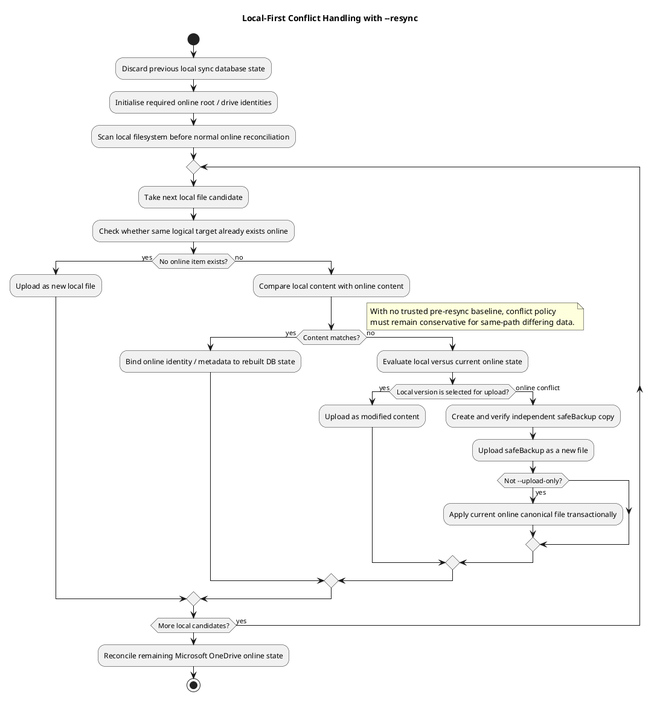
This is docs/puml/conflict_handling_local-first_resync.png from abraunegg/onedrive, a PlantUML export, as it was before one commit.
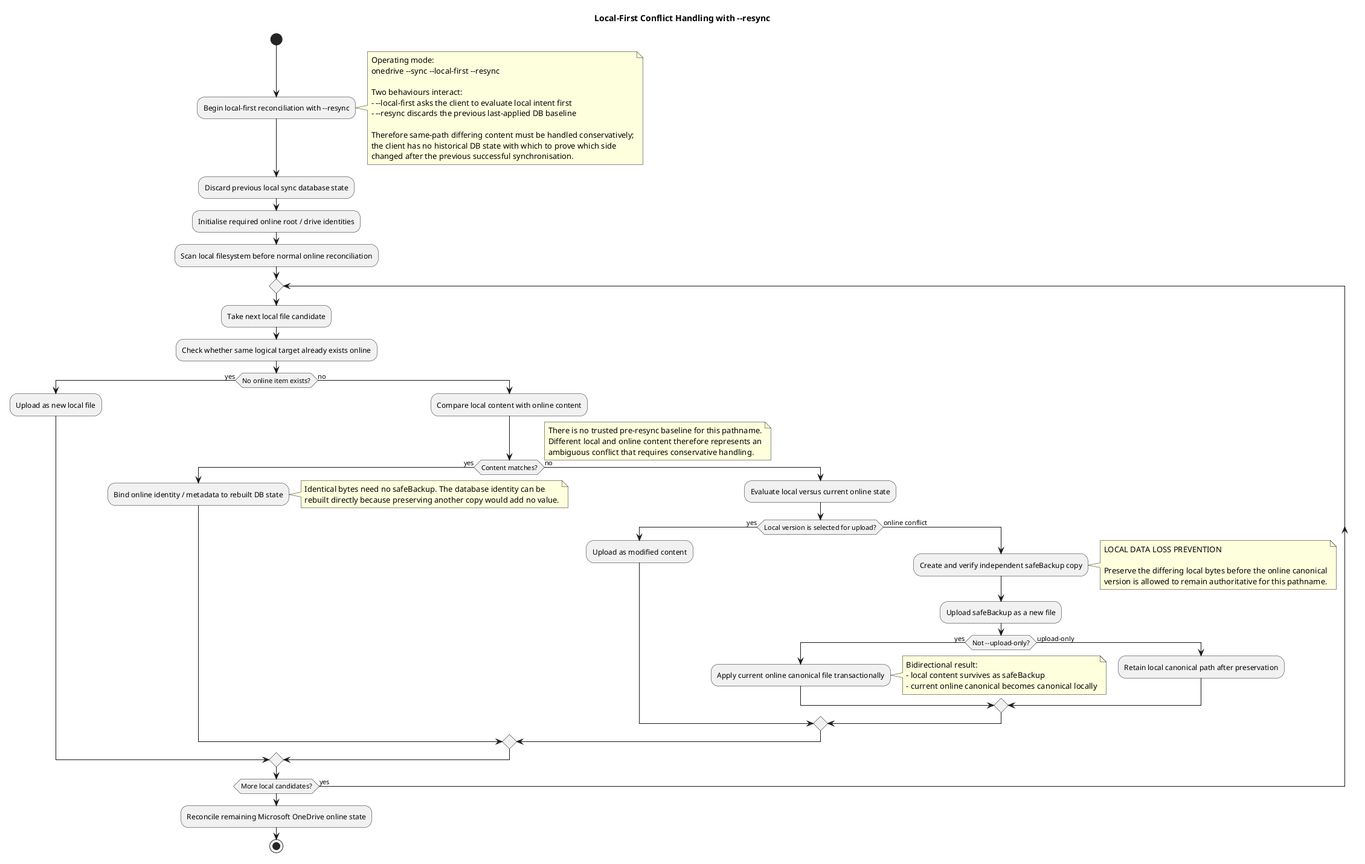
Above is the later version.

Change to the diagram source:
```diff
@@ -1,6 +1,20 @@
 @startuml
 title Local-First Conflict Handling with ~--resync
 start
+
+:Begin local-first reconciliation with ~--resync;
+note right
+  Operating mode:
+  onedrive ~--sync ~--local-first ~--resync
+
+  Two behaviours interact:
+  - ~--local-first asks the client to evaluate local intent first
+  - ~--resync discards the previous last-applied DB baseline
+
+  Therefore same-path differing content must be handled conservatively;
+  the client has no historical DB state with which to prove which side
+  changed after the previous successful synchronisation.
+end note
 
 :Discard previous local sync database state;
 :Initialise required online root / drive identities;
@@ -15,19 +29,37 @@
     :Compare local content with online content;
     if (Content matches?) then (yes)
       :Bind online identity / metadata to rebuilt DB state;
+      note right
+        Identical bytes need no safeBackup. The database identity can be
+        rebuilt directly because preserving another copy would add no value.
+      end note
     else (no)
       note right
-        With no trusted pre-resync baseline, conflict policy
-        must remain conservative for same-path differing data.
+        There is no trusted pre-resync baseline for this pathname.
+        Different local and online content therefore represents an
+        ambiguous conflict that requires conservative handling.
       end note
       :Evaluate local versus current online state;
       if (Local version is selected for upload?) then (yes)
         :Upload as modified content;
       else (online conflict)
         :Create and verify independent safeBackup copy;
+        note right
+          LOCAL DATA LOSS PREVENTION
+
+          Preserve the differing local bytes before the online canonical
+          version is allowed to remain authoritative for this pathname.
+        end note
         :Upload safeBackup as a new file;
         if (Not ~--upload-only?) then (yes)
           :Apply current online canonical file transactionally;
+          note right
+            Bidirectional result:
+            - local content survives as safeBackup
+            - current online canonical becomes canonical locally
+          end note
+        else (upload-only)
+          :Retain local canonical path after preservation;
         endif
       endif
     endif
```
